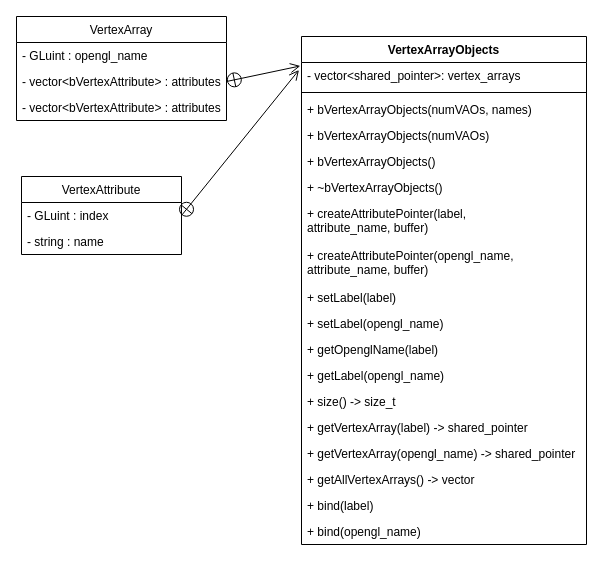
LowFire/blazer3d keeps this draw.io diagram as docs/bVertexArrayObjects.drawio. Above is the earlier version. Source tidied: cells renumbered, new cells numbered last; positions are measured from the earlier drawing's top-left corner, leaving out a move shared by most shapes. Both pictures are drawn from the tidied source at 100%, with x=0, y=0 at pixel (16, 16).
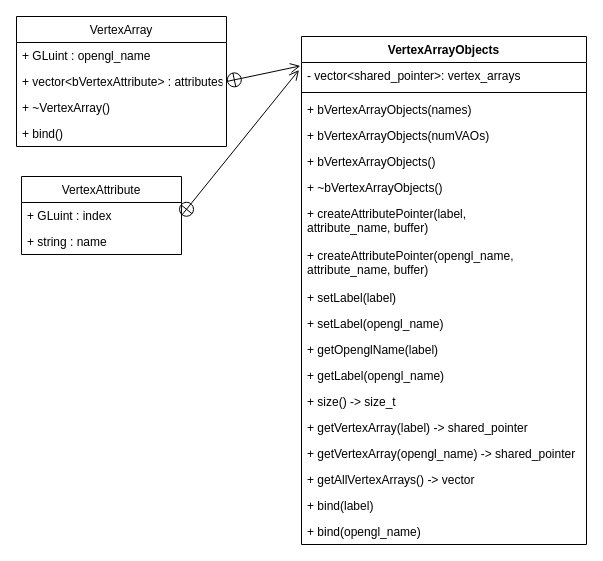
The same diagram, later.

Commit message (it also covers changes not shown here):
Implemeted tests. Added drawio diagram.

Unchanged cells that the change refers to:
```xml
<mxCell id="6" value="VertexArrayObjects" style="swimlane;fontStyle=1;align=center;verticalAlign=top;horizontal=1;startSize=26;" parent="1" vertex="1">
  <mxGeometry x="285" y="20" width="285" height="508" as="geometry" />
</mxCell>
<mxCell id="27" value="VertexAttribute" style="swimlane;fontStyle=0;horizontal=1;startSize=26;fillColor=none;" parent="1" vertex="1">
  <mxGeometry x="5" y="160" width="160" height="78" as="geometry" />
</mxCell>
```

The edit, as a diff of the source:
```diff
@@
     <mxCell id="2" value="VertexArray" style="swimlane;fontStyle=0;horizontal=1;startSize=26;fillColor=none;" parent="1" vertex="1">
-      <mxGeometry width="210" height="104" as="geometry" />
+      <mxGeometry width="210" height="130" as="geometry" />
     </mxCell>
-    <mxCell id="3" value="- GLuint : opengl_name" style="text;strokeColor=none;fillColor=none;align=left;verticalAlign=top;spacingLeft=4;spacingRight=4;overflow=hidden;" parent="2" vertex="1">
+    <mxCell id="3" value="+ GLuint : opengl_name" style="text;strokeColor=none;fillColor=none;align=left;verticalAlign=top;spacingLeft=4;spacingRight=4;overflow=hidden;" parent="2" vertex="1">
       <mxGeometry y="26" width="210" height="26" as="geometry" />
     </mxCell>
-    <mxCell id="4" value="- vector&lt;bVertexAttribute&gt; : attributes" style="text;strokeColor=none;fillColor=none;align=left;verticalAlign=top;spacingLeft=4;spacingRight=4;overflow=hidden;" parent="2" vertex="1">
+    <mxCell id="4" value="+ vector&lt;bVertexAttribute&gt; : attributes" style="text;strokeColor=none;fillColor=none;align=left;verticalAlign=top;spacingLeft=4;spacingRight=4;overflow=hidden;" parent="2" vertex="1">
       <mxGeometry y="52" width="210" height="26" as="geometry" />
     </mxCell>
+    <mxCell id="30" value="+ ~VertexArray()" style="text;strokeColor=none;fillColor=none;align=left;verticalAlign=top;spacingLeft=4;spacingRight=4;overflow=hidden;" parent="2" vertex="1">
+      <mxGeometry y="78" width="210" height="26" as="geometry" />
+    </mxCell>
-    <mxCell id="5" value="- vector&lt;bVertexAttribute&gt; : attributes" style="text;strokeColor=none;fillColor=none;align=left;verticalAlign=top;spacingLeft=4;spacingRight=4;overflow=hidden;" parent="2" vertex="1">
-      <mxGeometry y="78" width="210" height="26" as="geometry" />
+    <mxCell id="5" value="+ bind()" style="text;strokeColor=none;fillColor=none;align=left;verticalAlign=top;spacingLeft=4;spacingRight=4;overflow=hidden;" parent="2" vertex="1">
+      <mxGeometry y="104" width="210" height="26" as="geometry" />
     </mxCell>
@@
-    <mxCell id="9" value="+ bVertexArrayObjects(numVAOs, names)" style="text;strokeColor=none;fillColor=none;align=left;verticalAlign=top;spacingLeft=4;spacingRight=4;overflow=hidden;" parent="6" vertex="1">
+    <mxCell id="9" value="+ bVertexArrayObjects(names)" style="text;strokeColor=none;fillColor=none;align=left;verticalAlign=top;spacingLeft=4;spacingRight=4;overflow=hidden;" parent="6" vertex="1">
       <mxGeometry y="60" width="285" height="26" as="geometry" />
     </mxCell>
@@
-    <mxCell id="28" value="- GLuint : index" style="text;strokeColor=none;fillColor=none;align=left;verticalAlign=top;spacingLeft=4;spacingRight=4;overflow=hidden;points=[[0,0.5],[1,0.5]];portConstraint=eastwest;" parent="27" vertex="1">
+    <mxCell id="28" value="+ GLuint : index" style="text;strokeColor=none;fillColor=none;align=left;verticalAlign=top;spacingLeft=4;spacingRight=4;overflow=hidden;points=[[0,0.5],[1,0.5]];portConstraint=eastwest;" parent="27" vertex="1">
       <mxGeometry y="26" width="160" height="26" as="geometry" />
     </mxCell>
-    <mxCell id="29" value="- string : name" style="text;strokeColor=none;fillColor=none;align=left;verticalAlign=top;spacingLeft=4;spacingRight=4;overflow=hidden;" parent="27" vertex="1">
+    <mxCell id="29" value="+ string : name" style="text;strokeColor=none;fillColor=none;align=left;verticalAlign=top;spacingLeft=4;spacingRight=4;overflow=hidden;" parent="27" vertex="1">
       <mxGeometry y="52" width="160" height="26" as="geometry" />
     </mxCell>
```
